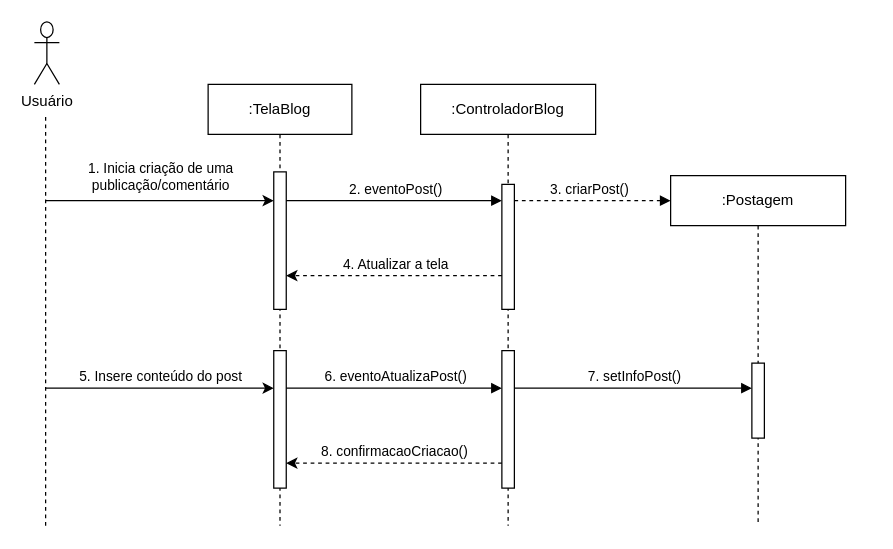
Above: src/drawio/Criar-Publicacao.drawio in Hatz-D/Litoral-Puro-RJ (draw.io), before the change. Source tidied: cells renumbered, new cells numbered last; positions are measured from the earlier drawing's top-left corner, leaving out a move shared by most shapes. Both pictures are drawn from the tidied source at 125%, with x=0, y=0 at pixel (34, 21).
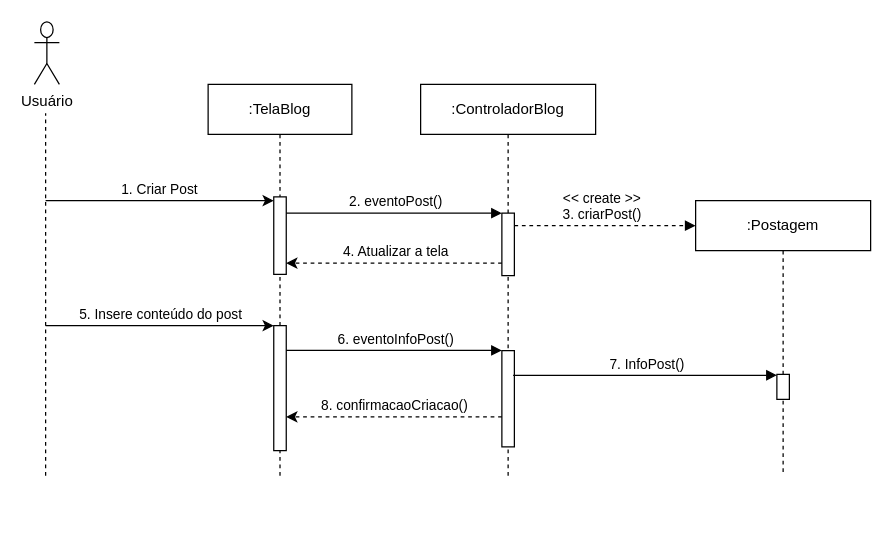
Above is the later version.

The change refers to these unchanged cells:
```xml
<mxCell id="11" style="endArrow=classic;html=1;rounded=0;" parent="1" edge="1" target="3">
  <mxGeometry relative="1" as="geometry">
    <mxPoint x="9" y="143" as="sourcePoint" />
  </mxGeometry>
</mxCell>
```

The edit, as a diff of the source:
```diff
@@
     <mxCell id="2" value=":TelaBlog" style="shape=umlLifeline;perimeter=lifelinePerimeter;whiteSpace=wrap;html=1;newEdgeStyle={&quot;edgeStyle&quot;:&quot;elbowEdgeStyle&quot;,&quot;elbow&quot;:&quot;vertical&quot;,&quot;curved&quot;:0,&quot;rounded&quot;:0};" parent="1" vertex="1">
-      <mxGeometry x="139" y="50" width="115" height="353" as="geometry" />
+      <mxGeometry x="139" y="50" width="115" height="313" as="geometry" />
     </mxCell>
     <mxCell id="3" style="html=1;points=[];perimeter=orthogonalPerimeter;outlineConnect=0;targetShapes=umlLifeline;portConstraint=eastwest;newEdgeStyle={&quot;edgeStyle&quot;:&quot;elbowEdgeStyle&quot;,&quot;elbow&quot;:&quot;vertical&quot;,&quot;curved&quot;:0,&quot;rounded&quot;:0};" parent="2" vertex="1">
-      <mxGeometry x="52.5" y="70" width="10" height="110" as="geometry" />
+      <mxGeometry x="52.5" y="90" width="10" height="62" as="geometry" />
     </mxCell>
-    <mxCell id="4" style="html=1;points=[];perimeter=orthogonalPerimeter;outlineConnect=0;targetShapes=umlLifeline;portConstraint=eastwest;newEdgeStyle={&quot;edgeStyle&quot;:&quot;elbowEdgeStyle&quot;,&quot;elbow&quot;:&quot;vertical&quot;,&quot;curved&quot;:0,&quot;rounded&quot;:0};" parent="2" vertex="1">
-      <mxGeometry x="52.5" y="213" width="10" height="110" as="geometry" />
-    </mxCell>
     <mxCell id="5" value=":ControladorBlog" style="shape=umlLifeline;perimeter=lifelinePerimeter;whiteSpace=wrap;html=1;newEdgeStyle={&quot;edgeStyle&quot;:&quot;elbowEdgeStyle&quot;,&quot;elbow&quot;:&quot;vertical&quot;,&quot;curved&quot;:0,&quot;rounded&quot;:0};" parent="1" vertex="1">
-      <mxGeometry x="309" y="50" width="140" height="353" as="geometry" />
+      <mxGeometry x="309" y="50" width="140" height="313" as="geometry" />
     </mxCell>
     <mxCell id="6" style="html=1;points=[];perimeter=orthogonalPerimeter;outlineConnect=0;targetShapes=umlLifeline;portConstraint=eastwest;newEdgeStyle={&quot;edgeStyle&quot;:&quot;elbowEdgeStyle&quot;,&quot;elbow&quot;:&quot;vertical&quot;,&quot;curved&quot;:0,&quot;rounded&quot;:0};" parent="5" vertex="1">
-      <mxGeometry x="65" y="80" width="10" height="100" as="geometry" />
+      <mxGeometry x="65" y="103" width="10" height="50" as="geometry" />
     </mxCell>
     <mxCell id="7" style="html=1;points=[];perimeter=orthogonalPerimeter;outlineConnect=0;targetShapes=umlLifeline;portConstraint=eastwest;newEdgeStyle={&quot;edgeStyle&quot;:&quot;elbowEdgeStyle&quot;,&quot;elbow&quot;:&quot;vertical&quot;,&quot;curved&quot;:0,&quot;rounded&quot;:0};" parent="5" vertex="1">
-      <mxGeometry x="65" y="213" width="10" height="110" as="geometry" />
+      <mxGeometry x="65" y="213" width="10" height="77" as="geometry" />
     </mxCell>
-    <mxCell id="8" value="2. eventoPost()" style="html=1;verticalAlign=bottom;endArrow=block;edgeStyle=elbowEdgeStyle;elbow=vertical;curved=0;rounded=0;" parent="1" edge="1" source="3" target="6">
+    <mxCell id="8" value="2. eventoPost()" style="html=1;verticalAlign=bottom;endArrow=block;edgeStyle=elbowEdgeStyle;elbow=vertical;curved=0;rounded=0;" parent="1" edge="1">
       <mxGeometry x="0.01" relative="1" as="geometry">
+        <mxPoint x="201.5" y="153" as="sourcePoint" />
+        <mxPoint x="374" y="153" as="targetPoint" />
         <Array as="points">
-          <mxPoint x="309" y="143" />
+          <mxPoint x="309" y="153" />
         </Array>
       </mxGeometry>
     </mxCell>
     <mxCell id="9" style="endArrow=none;dashed=1;html=1;rounded=0;" parent="1" edge="1">
       <mxGeometry relative="1" as="geometry">
-        <mxPoint x="9" y="403" as="sourcePoint" />
+        <mxPoint x="9" y="363" as="sourcePoint" />
         <mxPoint x="9" y="73" as="targetPoint" />
       </mxGeometry>
     </mxCell>
@@
-    <mxCell id="12" value="1. Inicia criação de uma&lt;div&gt;publicação/comentário&lt;/div&gt;" style="edgeLabel;html=1;align=center;verticalAlign=middle;" parent="11" vertex="1">
+    <mxCell id="12" value="1. Criar Post" style="edgeLabel;html=1;align=center;verticalAlign=middle;" parent="11" vertex="1">
       <mxGeometry x="-0.09" y="-1" relative="1" as="geometry">
-        <mxPoint x="8" y="-21" as="offset" />
+        <mxPoint x="7" y="-11" as="offset" />
       </mxGeometry>
     </mxCell>
     <mxCell id="13" value=":Postagem" style="shape=umlLifeline;perimeter=lifelinePerimeter;whiteSpace=wrap;html=1;newEdgeStyle={&quot;edgeStyle&quot;:&quot;elbowEdgeStyle&quot;,&quot;elbow&quot;:&quot;vertical&quot;,&quot;curved&quot;:0,&quot;rounded&quot;:0};" parent="1" vertex="1">
-      <mxGeometry x="509" y="123" width="140" height="280" as="geometry" />
+      <mxGeometry x="529" y="143" width="140" height="220" as="geometry" />
     </mxCell>
     <mxCell id="14" style="html=1;points=[];perimeter=orthogonalPerimeter;outlineConnect=0;targetShapes=umlLifeline;portConstraint=eastwest;newEdgeStyle={&quot;edgeStyle&quot;:&quot;elbowEdgeStyle&quot;,&quot;elbow&quot;:&quot;vertical&quot;,&quot;curved&quot;:0,&quot;rounded&quot;:0};" parent="13" vertex="1">
-      <mxGeometry x="65" y="150" width="10" height="60" as="geometry" />
+      <mxGeometry x="65" y="139" width="10" height="20" as="geometry" />
     </mxCell>
-    <mxCell id="15" value="3. criarPost()" style="html=1;verticalAlign=bottom;endArrow=block;edgeStyle=elbowEdgeStyle;elbow=vertical;curved=0;rounded=0;dashed=1;" parent="1" edge="1" source="6">
+    <mxCell id="15" value="&lt;div&gt;&amp;lt;&amp;lt; create &amp;gt;&amp;gt;&lt;/div&gt;3. criarPost()" style="html=1;verticalAlign=bottom;endArrow=block;edgeStyle=elbowEdgeStyle;elbow=vertical;curved=0;rounded=0;dashed=1;" parent="1" edge="1" source="6">
       <mxGeometry x="-0.04" relative="1" as="geometry">
-        <mxPoint x="509" y="143" as="targetPoint" />
+        <mxPoint x="529" y="163" as="targetPoint" />
         <Array as="points">
-          <mxPoint x="489" y="143" />
+          <mxPoint x="509" y="163" />
         </Array>
       </mxGeometry>
     </mxCell>
-    <mxCell id="16" style="endArrow=classic;html=1;rounded=0;dashed=1;" parent="1" edge="1" source="7" target="4">
-      <mxGeometry relative="1" as="geometry">
-        <Array as="points">
-          <mxPoint x="274" y="353" />
-        </Array>
-      </mxGeometry>
-    </mxCell>
-    <mxCell id="17" value="8. confirmacaoCriacao()" style="edgeLabel;html=1;align=center;verticalAlign=middle;" parent="16" vertex="1">
-      <mxGeometry x="-0.02" y="-3" relative="1" as="geometry">
-        <mxPoint x="-2" y="-7" as="offset" />
-      </mxGeometry>
-    </mxCell>
-    <mxCell id="18" style="endArrow=classic;html=1;rounded=0;dashed=1;" parent="1" edge="1" source="6" target="3">
+    <mxCell id="18" style="endArrow=classic;html=1;rounded=0;dashed=1;" parent="1" edge="1">
       <mxGeometry relative="1" as="geometry">
+        <mxPoint x="374" y="193" as="sourcePoint" />
+        <mxPoint x="201.5" y="193" as="targetPoint" />
         <Array as="points">
-          <mxPoint x="319" y="203" />
-          <mxPoint x="229" y="203" />
+          <mxPoint x="319" y="193" />
+          <mxPoint x="229" y="193" />
         </Array>
       </mxGeometry>
     </mxCell>
@@
+    <mxCell id="23" value="7. InfoPost()" style="html=1;verticalAlign=bottom;endArrow=block;edgeStyle=elbowEdgeStyle;elbow=vertical;curved=0;rounded=0;" parent="1" edge="1" target="14">
+      <mxGeometry x="0.01" relative="1" as="geometry">
+        <mxPoint x="383" y="282.7" as="sourcePoint" />
+        <Array as="points">
+          <mxPoint x="540" y="282.7" />
+        </Array>
+      </mxGeometry>
+    </mxCell>
+    <mxCell id="4" style="html=1;points=[];perimeter=orthogonalPerimeter;outlineConnect=0;targetShapes=umlLifeline;portConstraint=eastwest;newEdgeStyle={&quot;edgeStyle&quot;:&quot;elbowEdgeStyle&quot;,&quot;elbow&quot;:&quot;vertical&quot;,&quot;curved&quot;:0,&quot;rounded&quot;:0};" parent="1" vertex="1">
+      <mxGeometry x="191.5" y="243" width="10" height="100" as="geometry" />
+    </mxCell>
     <mxCell id="20" style="endArrow=classic;html=1;rounded=0;" parent="1" edge="1">
       <mxGeometry relative="1" as="geometry">
-        <mxPoint x="9" y="293" as="sourcePoint" />
-        <mxPoint x="191.5" y="293" as="targetPoint" />
+        <mxPoint x="9" y="243" as="sourcePoint" />
+        <mxPoint x="191.5" y="243" as="targetPoint" />
       </mxGeometry>
     </mxCell>
@@
-    <mxCell id="22" value="6. eventoAtualizaPost()" style="html=1;verticalAlign=bottom;endArrow=block;edgeStyle=elbowEdgeStyle;elbow=vertical;curved=0;rounded=0;" parent="1" edge="1">
+    <mxCell id="22" value="6. eventoInfoPost()" style="html=1;verticalAlign=bottom;endArrow=block;edgeStyle=elbowEdgeStyle;elbow=vertical;curved=0;rounded=0;" parent="1" edge="1">
       <mxGeometry x="0.01" relative="1" as="geometry">
-        <mxPoint x="201.5" y="293" as="sourcePoint" />
-        <mxPoint x="374" y="293" as="targetPoint" />
+        <mxPoint x="201.5" y="262.8" as="sourcePoint" />
+        <mxPoint x="374" y="262.8" as="targetPoint" />
         <Array as="points">
-          <mxPoint x="333.5" y="293" />
+          <mxPoint x="333.5" y="262.8" />
         </Array>
       </mxGeometry>
     </mxCell>
-    <mxCell id="23" value="7. setInfoPost()" style="html=1;verticalAlign=bottom;endArrow=block;edgeStyle=elbowEdgeStyle;elbow=vertical;curved=0;rounded=0;" parent="1" edge="1" source="7" target="14">
-      <mxGeometry x="0.01" relative="1" as="geometry">
-        <Array as="points">
-          <mxPoint x="541" y="293" />
-        </Array>
-      </mxGeometry>
-    </mxCell>
+    <mxCell id="16" style="endArrow=classic;html=1;rounded=0;dashed=1;" parent="1" edge="1" target="4">
+      <mxGeometry relative="1" as="geometry">
+        <mxPoint x="374" y="316" as="sourcePoint" />
+        <Array as="points">
+          <mxPoint x="274" y="316" />
+        </Array>
+      </mxGeometry>
+    </mxCell>
+    <mxCell id="17" value="8. confirmacaoCriacao()" style="edgeLabel;html=1;align=center;verticalAlign=middle;" parent="16" vertex="1">
+      <mxGeometry x="-0.02" y="-3" relative="1" as="geometry">
+        <mxPoint x="-2" y="-7" as="offset" />
+      </mxGeometry>
+    </mxCell>
```
